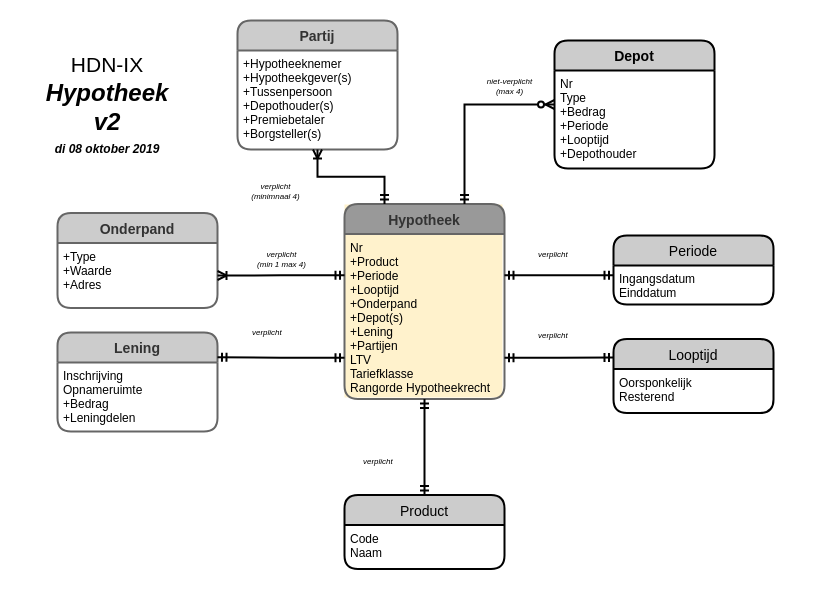
Before: page "Lening" (3 of 8) of 3rdParty-HDN.drawio in luchthandel/diagrams, a draw.io diagram. Source tidied: cells renumbered, new cells numbered last; positions are measured from the earlier drawing's top-left corner, leaving out a move shared by most shapes. Both pictures are drawn from the tidied source at 100%, with x=0, y=0 at pixel (30, 20).
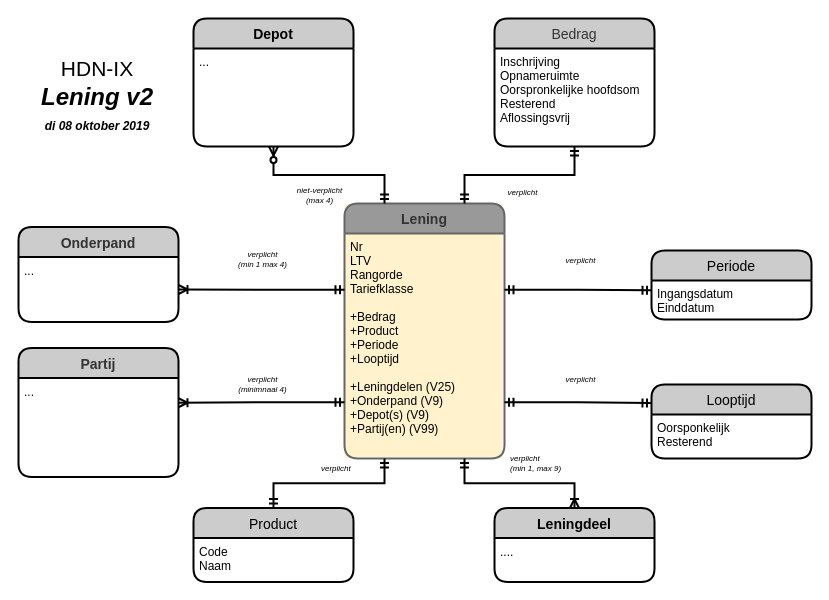
The same page after the edit.

Diff of the diagram source:
```diff
@@
     <mxCell id="2" style="rounded=0;whiteSpace=wrap;html=1;dashed=1;fillColor=#fff2cc;strokeColor=none;perimeterSpacing=0;" parent="1" vertex="1">
-      <mxGeometry x="314" y="184" width="158" height="193" as="geometry" />
+      <mxGeometry x="314" y="184" width="158" height="253" as="geometry" />
     </mxCell>
-    <mxCell id="3" value="Hypotheek" style="swimlane;horizontal=1;startSize=30;fillColor=#999999;rounded=1;fontSize=14;fontStyle=1;strokeWidth=2;shadow=0;dashed=0;align=center;strokeColor=#666666;fontColor=#333333;" parent="1" vertex="1">
-      <mxGeometry x="314" y="183.5" width="160" height="195" as="geometry" />
+    <mxCell id="3" value="Lening" style="swimlane;horizontal=1;startSize=30;fillColor=#999999;rounded=1;fontSize=14;fontStyle=1;strokeWidth=2;shadow=0;dashed=0;align=center;strokeColor=#666666;fontColor=#333333;" parent="1" vertex="1">
+      <mxGeometry x="314" y="183" width="160" height="255" as="geometry" />
     </mxCell>
-    <mxCell id="4" value="Nr&#10;+Product &#10;+Periode&#10;+Looptijd&#10;+Onderpand&#10;+Depot(s)&#10;+Lening&#10;+Partijen&#10;LTV&#10;Tariefklasse&#10;Rangorde Hypotheekrecht" style="align=left;strokeColor=none;fillColor=none;spacingLeft=4;fontSize=12;verticalAlign=top;" parent="3" vertex="1">
-      <mxGeometry y="30" width="160" height="165" as="geometry" />
+    <mxCell id="4" value="Nr&#10;LTV&#10;Rangorde&#10;Tariefklasse&#10;&#10;+Bedrag&#10;+Product&#10;+Periode&#10;+Looptijd&#10;&#10;+Leningdelen (V25)&#10;+Onderpand (V9)&#10;+Depot(s) (V9)&#10;+Partij(en) (V99)" style="align=left;strokeColor=none;fillColor=none;spacingLeft=4;fontSize=12;verticalAlign=top;" parent="3" vertex="1">
+      <mxGeometry y="30" width="160" height="225" as="geometry" />
     </mxCell>
-    <mxCell id="5" value="Product" style="swimlane;horizontal=1;startSize=30;fillColor=#CCCCCC;fontColor=#000000;rounded=1;fontSize=14;fontStyle=0;strokeWidth=2;shadow=0;dashed=0;align=center;" parent="1" vertex="1">
-      <mxGeometry x="314" y="474.5" width="160" height="74" as="geometry" />
+    <mxCell id="5" value="Product" style="swimlane;horizontal=1;startSize=30;fillColor=#CCCCCC;fontColor=#000000;rounded=1;fontSize=14;fontStyle=0;strokeWidth=2;shadow=0;dashed=0;align=center;strokeColor=#000000;" parent="1" vertex="1">
+      <mxGeometry x="163" y="487.5" width="160" height="74" as="geometry" />
     </mxCell>
@@
-    <mxCell id="7" value="Partij" style="swimlane;horizontal=1;startSize=30;fillColor=#CCCCCC;rounded=1;fontSize=14;fontStyle=1;strokeWidth=2;shadow=0;dashed=0;align=center;strokeColor=#666666;fontColor=#333333;" parent="1" vertex="1">
-      <mxGeometry x="207" width="160" height="129" as="geometry" />
+    <mxCell id="7" value="Partij" style="swimlane;horizontal=1;startSize=30;fillColor=#CCCCCC;rounded=1;fontSize=14;fontStyle=1;strokeWidth=2;shadow=0;dashed=0;align=center;strokeColor=#000000;fontColor=#333333;" parent="1" vertex="1">
+      <mxGeometry x="-12" y="327.5" width="160" height="129" as="geometry" />
     </mxCell>
-    <mxCell id="8" value="+Hypotheeknemer&#10;+Hypotheekgever(s)&#10;+Tussenpersoon&#10;+Depothouder(s)&#10;+Premiebetaler&#10;+Borgsteller(s)" style="align=left;strokeColor=none;fillColor=none;spacingLeft=4;fontSize=12;verticalAlign=top;" parent="7" vertex="1">
+    <mxCell id="8" value="..." style="align=left;strokeColor=none;fillColor=none;spacingLeft=4;fontSize=12;verticalAlign=top;" parent="7" vertex="1">
       <mxGeometry y="30" width="160" height="99" as="geometry" />
     </mxCell>
-    <mxCell id="9" style="edgeStyle=orthogonalEdgeStyle;rounded=0;jettySize=auto;html=1;exitX=0.25;exitY=0;exitDx=0;exitDy=0;entryX=0.5;entryY=1;entryDx=0;entryDy=0;startArrow=ERmandOne;startFill=0;endArrow=ERoneToMany;endFill=0;strokeWidth=2;fontSize=8;" parent="1" edge="1" source="3" target="8">
+    <mxCell id="9" style="edgeStyle=orthogonalEdgeStyle;rounded=0;jettySize=auto;html=1;exitX=0;exitY=0.75;exitDx=0;exitDy=0;startArrow=ERmandOne;startFill=0;endArrow=ERoneToMany;endFill=0;strokeWidth=2;fontSize=8;entryX=1;entryY=0.25;entryDx=0;entryDy=0;" parent="1" edge="1" source="4" target="8">
       <mxGeometry relative="1" as="geometry" />
     </mxCell>
-    <mxCell id="10" value="Depot" style="swimlane;horizontal=1;startSize=30;fillColor=#CCCCCC;fontColor=#000000;rounded=1;fontSize=14;fontStyle=1;strokeWidth=2;shadow=0;dashed=0;align=center;" parent="1" vertex="1">
-      <mxGeometry x="524" y="20" width="160" height="128" as="geometry" />
+    <mxCell id="10" value="Depot" style="swimlane;horizontal=1;startSize=30;fillColor=#CCCCCC;fontColor=#000000;rounded=1;fontSize=14;fontStyle=1;strokeWidth=2;shadow=0;dashed=0;align=center;strokeColor=#000000;" parent="1" vertex="1">
+      <mxGeometry x="163" y="-2" width="160" height="128" as="geometry" />
     </mxCell>
-    <mxCell id="11" value="Nr&#10;Type&#10;+Bedrag&#10;+Periode&#10;+Looptijd&#10;+Depothouder" style="align=left;strokeColor=none;fillColor=none;spacingLeft=4;fontSize=12;verticalAlign=top;" parent="10" vertex="1">
+    <mxCell id="11" value="..." style="align=left;strokeColor=none;fillColor=none;spacingLeft=4;fontSize=12;verticalAlign=top;" parent="10" vertex="1">
       <mxGeometry y="30" width="160" height="98" as="geometry" />
     </mxCell>
-    <mxCell id="12" value="Onderpand" style="swimlane;horizontal=1;startSize=30;fillColor=#CCCCCC;rounded=1;fontSize=14;fontStyle=1;strokeWidth=2;shadow=0;dashed=0;align=center;strokeColor=#666666;fontColor=#333333;" parent="1" vertex="1">
-      <mxGeometry x="27" y="192.5" width="160" height="95" as="geometry" />
+    <mxCell id="12" value="Onderpand" style="swimlane;horizontal=1;startSize=30;fillColor=#CCCCCC;rounded=1;fontSize=14;fontStyle=1;strokeWidth=2;shadow=0;dashed=0;align=center;strokeColor=#000000;fontColor=#333333;" parent="1" vertex="1">
+      <mxGeometry x="-12" y="206.5" width="160" height="95" as="geometry" />
     </mxCell>
-    <mxCell id="13" value="+Type&#10;+Waarde&#10;+Adres" style="align=left;strokeColor=none;fillColor=none;spacingLeft=4;fontSize=12;verticalAlign=top;" parent="12" vertex="1">
+    <mxCell id="13" value="..." style="align=left;strokeColor=none;fillColor=none;spacingLeft=4;fontSize=12;verticalAlign=top;" parent="12" vertex="1">
       <mxGeometry y="30" width="160" height="65" as="geometry" />
     </mxCell>
-    <mxCell id="14" value="Periode" style="swimlane;horizontal=1;startSize=30;fillColor=#CCCCCC;fontColor=#000000;rounded=1;fontSize=14;fontStyle=0;strokeWidth=2;shadow=0;dashed=0;align=center;" parent="1" vertex="1">
-      <mxGeometry x="583" y="215" width="160" height="69" as="geometry" />
+    <mxCell id="14" value="Periode" style="swimlane;horizontal=1;startSize=30;fillColor=#CCCCCC;fontColor=#000000;rounded=1;fontSize=14;fontStyle=0;strokeWidth=2;shadow=0;dashed=0;align=center;strokeColor=#000000;" parent="1" vertex="1">
+      <mxGeometry x="621" y="230" width="160" height="69" as="geometry" />
     </mxCell>
@@
-    <mxCell id="16" value="Looptijd" style="swimlane;horizontal=1;startSize=30;fillColor=#CCCCCC;fontColor=#000000;rounded=1;fontSize=14;fontStyle=0;strokeWidth=2;shadow=0;dashed=0;align=center;" parent="1" vertex="1">
-      <mxGeometry x="583" y="318.5" width="160" height="74" as="geometry" />
+    <mxCell id="16" value="Looptijd" style="swimlane;horizontal=1;startSize=30;fillColor=#CCCCCC;fontColor=#000000;rounded=1;fontSize=14;fontStyle=0;strokeWidth=2;shadow=0;dashed=0;align=center;strokeColor=#000000;" parent="1" vertex="1">
+      <mxGeometry x="621" y="364" width="160" height="74" as="geometry" />
     </mxCell>
@@
-    <mxCell id="18" value="Lening" style="swimlane;horizontal=1;startSize=30;fillColor=#CCCCCC;rounded=1;fontSize=14;fontStyle=1;strokeWidth=2;shadow=0;dashed=0;align=center;strokeColor=#666666;fontColor=#333333;" parent="1" vertex="1">
-      <mxGeometry x="27" y="312" width="160" height="99" as="geometry" />
-    </mxCell>
-    <mxCell id="19" value="Inschrijving&#10;Opnameruimte&#10;+Bedrag&#10;+Leningdelen" style="align=left;strokeColor=none;fillColor=none;spacingLeft=4;fontSize=12;verticalAlign=top;" parent="18" vertex="1">
-      <mxGeometry y="30" width="160" height="69" as="geometry" />
-    </mxCell>
@@
-    <mxCell id="23" style="edgeStyle=orthogonalEdgeStyle;rounded=0;jettySize=auto;html=1;exitX=0;exitY=0.75;exitDx=0;exitDy=0;startArrow=ERmandOne;startFill=0;endArrow=ERmandOne;endFill=0;strokeWidth=2;fontSize=8;entryX=1;entryY=0.25;entryDx=0;entryDy=0;" parent="1" edge="1" source="4" target="18">
-      <mxGeometry relative="1" as="geometry" />
-    </mxCell>
-    <mxCell id="24" style="edgeStyle=orthogonalEdgeStyle;rounded=0;jettySize=auto;html=1;exitX=0.5;exitY=1;exitDx=0;exitDy=0;startArrow=ERmandOne;startFill=0;endArrow=ERmandOne;endFill=0;strokeWidth=2;fontSize=8;" parent="1" edge="1" source="4" target="5">
+    <mxCell id="24" style="edgeStyle=orthogonalEdgeStyle;rounded=0;jettySize=auto;html=1;exitX=0.25;exitY=1;exitDx=0;exitDy=0;startArrow=ERmandOne;startFill=0;endArrow=ERmandOne;endFill=0;strokeWidth=2;fontSize=8;" parent="1" edge="1" source="4" target="5">
       <mxGeometry relative="1" as="geometry" />
     </mxCell>
-    <mxCell id="25" style="edgeStyle=orthogonalEdgeStyle;rounded=0;jettySize=auto;html=1;exitX=0.75;exitY=0;exitDx=0;exitDy=0;entryX=0;entryY=0.5;entryDx=0;entryDy=0;startArrow=ERmandOne;startFill=0;endArrow=ERzeroToMany;endFill=1;strokeWidth=2;fontSize=8;" parent="1" edge="1" source="3" target="10">
+    <mxCell id="25" style="edgeStyle=orthogonalEdgeStyle;rounded=0;jettySize=auto;html=1;entryX=0.5;entryY=1;entryDx=0;entryDy=0;startArrow=ERmandOne;startFill=0;endArrow=ERzeroToMany;endFill=1;strokeWidth=2;fontSize=8;exitX=0.25;exitY=0;exitDx=0;exitDy=0;" parent="1" edge="1" source="3" target="11">
       <mxGeometry relative="1" as="geometry" />
     </mxCell>
     <mxCell id="26" value="niet-verplicht&lt;br&gt;(max 4)" style="text;html=1;fontStyle=2;fontSize=8;align=center;" parent="1" vertex="1">
-      <mxGeometry x="454" y="49.5" width="50" height="30" as="geometry" />
+      <mxGeometry x="264" y="159" width="50" height="30" as="geometry" />
     </mxCell>
     <mxCell id="27" value="verplicht&lt;br&gt;(minimnaal 4)" style="text;html=1;fontStyle=2;fontSize=8;align=center;" parent="1" vertex="1">
-      <mxGeometry x="220" y="154.5" width="50" height="30" as="geometry" />
+      <mxGeometry x="207" y="348" width="50" height="30" as="geometry" />
     </mxCell>
     <mxCell id="28" value="verplicht&lt;br&gt;(min 1 max 4)" style="text;html=1;fontStyle=2;fontSize=8;align=center;" parent="1" vertex="1">
-      <mxGeometry x="225.5" y="222.5" width="50" height="30" as="geometry" />
+      <mxGeometry x="207" y="222.5" width="50" height="30" as="geometry" />
     </mxCell>
-    <mxCell id="29" value="verplicht" style="text;html=1;fontStyle=2;fontSize=8;" parent="1" vertex="1">
-      <mxGeometry x="220" y="300.5" width="50" height="30" as="geometry" />
-    </mxCell>
-    <mxCell id="30" value="verplicht" style="text;html=1;fontStyle=2;fontSize=8;" parent="1" vertex="1">
-      <mxGeometry x="330.5" y="429.5" width="50" height="30" as="geometry" />
-    </mxCell>
-    <mxCell id="31" value="verplicht" style="text;html=1;fontStyle=2;fontSize=8;" parent="1" vertex="1">
-      <mxGeometry x="506" y="303.5" width="50" height="30" as="geometry" />
+    <mxCell id="31" value="verplicht" style="text;html=1;fontStyle=2;fontSize=8;align=center;" parent="1" vertex="1">
+      <mxGeometry x="524.5" y="348" width="50" height="30" as="geometry" />
     </mxCell>
-    <mxCell id="32" value="verplicht" style="text;html=1;fontStyle=2;fontSize=8;" parent="1" vertex="1">
-      <mxGeometry x="506" y="222.5" width="50" height="30" as="geometry" />
+    <mxCell id="32" value="verplicht" style="text;html=1;fontStyle=2;fontSize=8;align=center;" parent="1" vertex="1">
+      <mxGeometry x="524.5" y="229" width="50" height="30" as="geometry" />
     </mxCell>
+    <mxCell id="35" value="verplicht" style="text;html=1;fontStyle=2;fontSize=8;" parent="1" vertex="1">
+      <mxGeometry x="289" y="437" width="50" height="30" as="geometry" />
+    </mxCell>
+    <mxCell id="36" value="Bedrag" style="swimlane;horizontal=1;startSize=30;fillColor=#CCCCCC;rounded=1;fontSize=14;fontStyle=0;strokeWidth=2;shadow=0;dashed=0;align=center;strokeColor=#000000;fontColor=#333333;" parent="1" vertex="1">
+      <mxGeometry x="464" y="-2" width="160" height="128" as="geometry" />
+    </mxCell>
+    <mxCell id="37" value="Inschrijving&#10;Opnameruimte&#10;Oorspronkelijke hoofdsom&#10;Resterend&#10;Aflossingsvrij&#10;" style="align=left;strokeColor=none;fillColor=none;spacingLeft=4;fontSize=12;verticalAlign=top;" parent="36" vertex="1">
+      <mxGeometry y="30" width="160" height="98" as="geometry" />
+    </mxCell>
+    <mxCell id="38" style="edgeStyle=orthogonalEdgeStyle;rounded=0;jettySize=auto;html=1;exitX=0.75;exitY=0;exitDx=0;exitDy=0;entryX=0.5;entryY=1;entryDx=0;entryDy=0;startArrow=ERmandOne;startFill=0;endArrow=ERmandOne;endFill=0;strokeWidth=2;fontSize=8;" parent="1" edge="1" source="3" target="37">
+      <mxGeometry relative="1" as="geometry" />
+    </mxCell>
+    <mxCell id="39" value="verplicht" style="text;html=1;fontStyle=2;fontSize=8;align=center;" parent="1" vertex="1">
+      <mxGeometry x="467" y="161" width="50" height="30" as="geometry" />
+    </mxCell>
+    <mxCell id="40" value="Leningdeel" style="swimlane;horizontal=1;startSize=30;fillColor=#CCCCCC;fontColor=#000000;rounded=1;fontSize=14;fontStyle=1;strokeWidth=2;shadow=0;dashed=0;align=center;strokeColor=#000000;" parent="1" vertex="1">
+      <mxGeometry x="464" y="487.5" width="160" height="74" as="geometry" />
+    </mxCell>
+    <mxCell id="41" value="...." style="align=left;strokeColor=none;fillColor=none;spacingLeft=4;fontSize=12;verticalAlign=top;" parent="40" vertex="1">
+      <mxGeometry y="30" width="160" height="44" as="geometry" />
+    </mxCell>
+    <mxCell id="42" value="verplicht&lt;br&gt;(min 1, max 9)" style="text;html=1;fontStyle=2;fontSize=8;" parent="1" vertex="1">
+      <mxGeometry x="478.3" y="426.5" width="50" height="30" as="geometry" />
+    </mxCell>
+    <mxCell id="43" style="edgeStyle=orthogonalEdgeStyle;rounded=0;jettySize=auto;html=1;exitX=0.75;exitY=1;exitDx=0;exitDy=0;entryX=0.5;entryY=0;entryDx=0;entryDy=0;startArrow=ERmandOne;startFill=0;endArrow=ERoneToMany;endFill=0;strokeWidth=2;fontSize=8;" parent="1" edge="1" source="4" target="40">
+      <mxGeometry relative="1" as="geometry" />
+    </mxCell>
+    <mxCell id="44" style="group;" parent="1" vertex="1">
+      <mxGeometry x="-13" y="9" width="160" height="106" as="geometry" />
+    </mxCell>
-    <mxCell id="33" value="&lt;font style=&quot;font-size: 21px&quot;&gt;HDN-IX&lt;/font&gt;&lt;b style=&quot;font-size: 24px ; font-style: italic&quot;&gt; &lt;br&gt;Hypotheek v2&lt;/b&gt;" style="text;html=1;strokeColor=none;fillColor=none;align=center;verticalAlign=middle;whiteSpace=wrap;rounded=0;" parent="1" vertex="1">
-      <mxGeometry y="20" width="154" height="106" as="geometry" />
+    <mxCell id="33" value="&lt;font style=&quot;font-size: 21px&quot;&gt;HDN-IX&lt;/font&gt;&lt;b style=&quot;font-size: 24px ; font-style: italic&quot;&gt; &lt;br&gt;Lening v2&lt;/b&gt;" style="text;html=1;strokeColor=none;fillColor=none;align=center;verticalAlign=middle;whiteSpace=wrap;rounded=0;" parent="44" vertex="1">
+      <mxGeometry width="160" height="106" as="geometry" />
     </mxCell>
-    <mxCell id="34" value="&lt;font&gt;&lt;b&gt;&lt;i&gt;di 08 oktober 2019&lt;/i&gt;&lt;/b&gt;&lt;br&gt;&lt;/font&gt;" style="text;html=1;strokeColor=none;fillColor=none;align=center;verticalAlign=middle;whiteSpace=wrap;rounded=0;" parent="1" vertex="1">
-      <mxGeometry x="7" y="119.5" width="140" height="19" as="geometry" />
+    <mxCell id="34" value="&lt;font&gt;&lt;b&gt;&lt;i&gt;di 08 oktober 2019&lt;/i&gt;&lt;/b&gt;&lt;br&gt;&lt;/font&gt;" style="text;html=1;strokeColor=none;fillColor=none;align=center;verticalAlign=middle;whiteSpace=wrap;rounded=0;" parent="44" vertex="1">
+      <mxGeometry x="10" y="87" width="140" height="19" as="geometry" />
     </mxCell>
```
